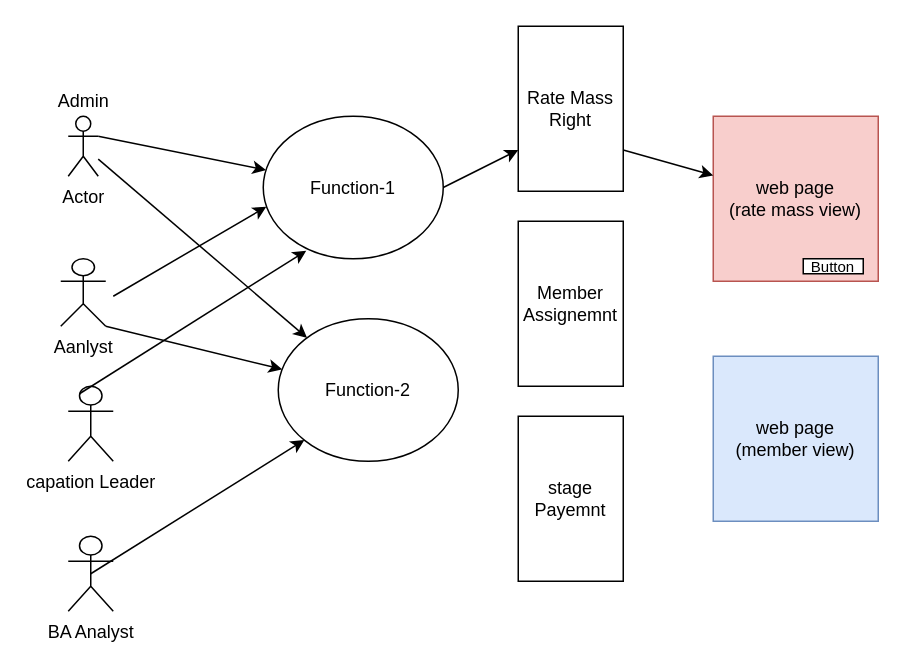
Above: page "Page-1" (1 of 3) of DailyCodingProblem/security.drawio in Saswat333/Problem-Solving (draw.io), before the change. Source tidied: cells renumbered, new cells numbered last; positions are measured from the earlier drawing's top-left corner, leaving out a move shared by most shapes. Both pictures are drawn from the tidied source at 150%, with x=0, y=0 at pixel (45, 26).
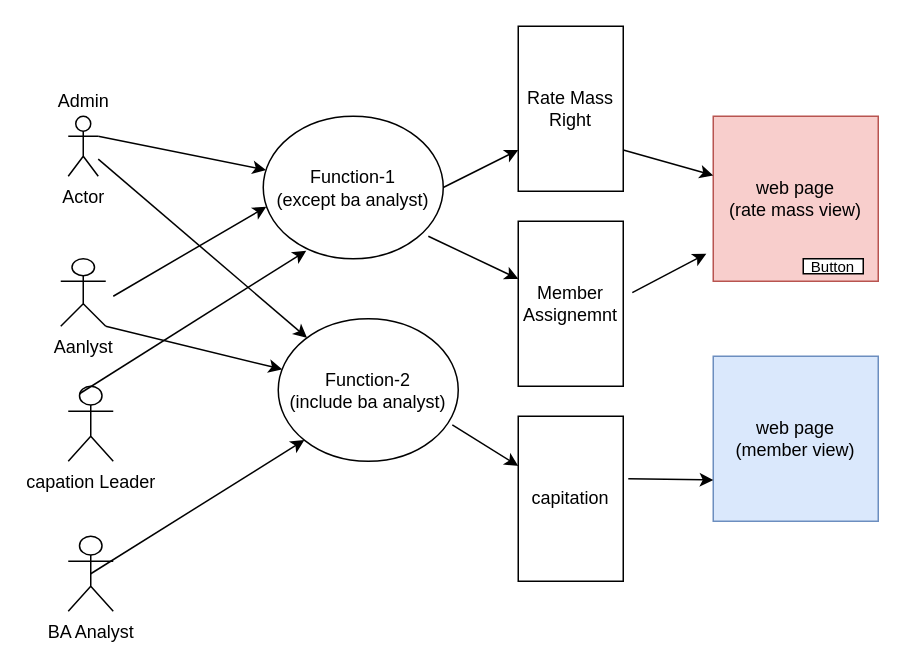
The same page after the edit.

Unchanged cells that the change refers to:
```xml
<mxCell id="2" value="web page&lt;br&gt;(rate mass view)" style="whiteSpace=wrap;html=1;fillColor=#f8cecc;strokeColor=#b85450;" parent="1" vertex="1">
  <mxGeometry x="445" y="60" width="110" height="110" as="geometry" />
</mxCell>
<mxCell id="12" value="Member Assignemnt" style="rounded=0;whiteSpace=wrap;html=1;" parent="1" vertex="1">
  <mxGeometry x="315" y="130" width="70" height="110" as="geometry" />
</mxCell>
<mxCell id="18" value="web page&lt;br&gt;(member view)" style="whiteSpace=wrap;html=1;fillColor=#dae8fc;strokeColor=#6c8ebf;" parent="1" vertex="1">
  <mxGeometry x="445" y="220" width="110" height="110" as="geometry" />
</mxCell>
```

Change to the diagram source:
```diff
@@
-    <mxCell id="6" value="Function-1" style="ellipse;whiteSpace=wrap;html=1;" parent="1" vertex="1">
+    <mxCell id="6" value="Function-1&lt;br&gt;(except ba analyst)" style="ellipse;whiteSpace=wrap;html=1;" parent="1" vertex="1">
       <mxGeometry x="145" y="60" width="120" height="95" as="geometry" />
     </mxCell>
@@
-    <mxCell id="13" value="stage Payemnt" style="rounded=0;whiteSpace=wrap;html=1;" parent="1" vertex="1">
+    <mxCell id="13" value="capitation" style="rounded=0;whiteSpace=wrap;html=1;" parent="1" vertex="1">
       <mxGeometry x="315" y="260" width="70" height="110" as="geometry" />
     </mxCell>
-    <mxCell id="14" value="Function-2" style="ellipse;whiteSpace=wrap;html=1;" parent="1" vertex="1">
+    <mxCell id="14" value="Function-2&lt;br&gt;(include ba analyst)" style="ellipse;whiteSpace=wrap;html=1;" parent="1" vertex="1">
       <mxGeometry x="155" y="195" width="120" height="95" as="geometry" />
     </mxCell>
@@
+    <mxCell id="23" style="endArrow=classic;html=1;exitX=0.917;exitY=0.842;exitDx=0;exitDy=0;exitPerimeter=0;" parent="1" edge="1" source="6" target="12">
+      <mxGeometry relative="1" as="geometry" />
+    </mxCell>
+    <mxCell id="24" style="endArrow=classic;html=1;exitX=0.967;exitY=0.744;exitDx=0;exitDy=0;exitPerimeter=0;" parent="1" edge="1" source="14" target="13">
+      <mxGeometry relative="1" as="geometry" />
+    </mxCell>
+    <mxCell id="25" style="endArrow=classic;html=1;exitX=1.086;exitY=0.433;exitDx=0;exitDy=0;exitPerimeter=0;entryX=-0.042;entryY=0.833;entryDx=0;entryDy=0;entryPerimeter=0;" parent="1" edge="1" source="12" target="2">
+      <mxGeometry relative="1" as="geometry" />
+    </mxCell>
+    <mxCell id="26" style="endArrow=classic;html=1;exitX=1.048;exitY=0.379;exitDx=0;exitDy=0;exitPerimeter=0;entryX=0;entryY=0.75;entryDx=0;entryDy=0;" parent="1" edge="1" source="13" target="18">
+      <mxGeometry relative="1" as="geometry" />
+    </mxCell>
```
